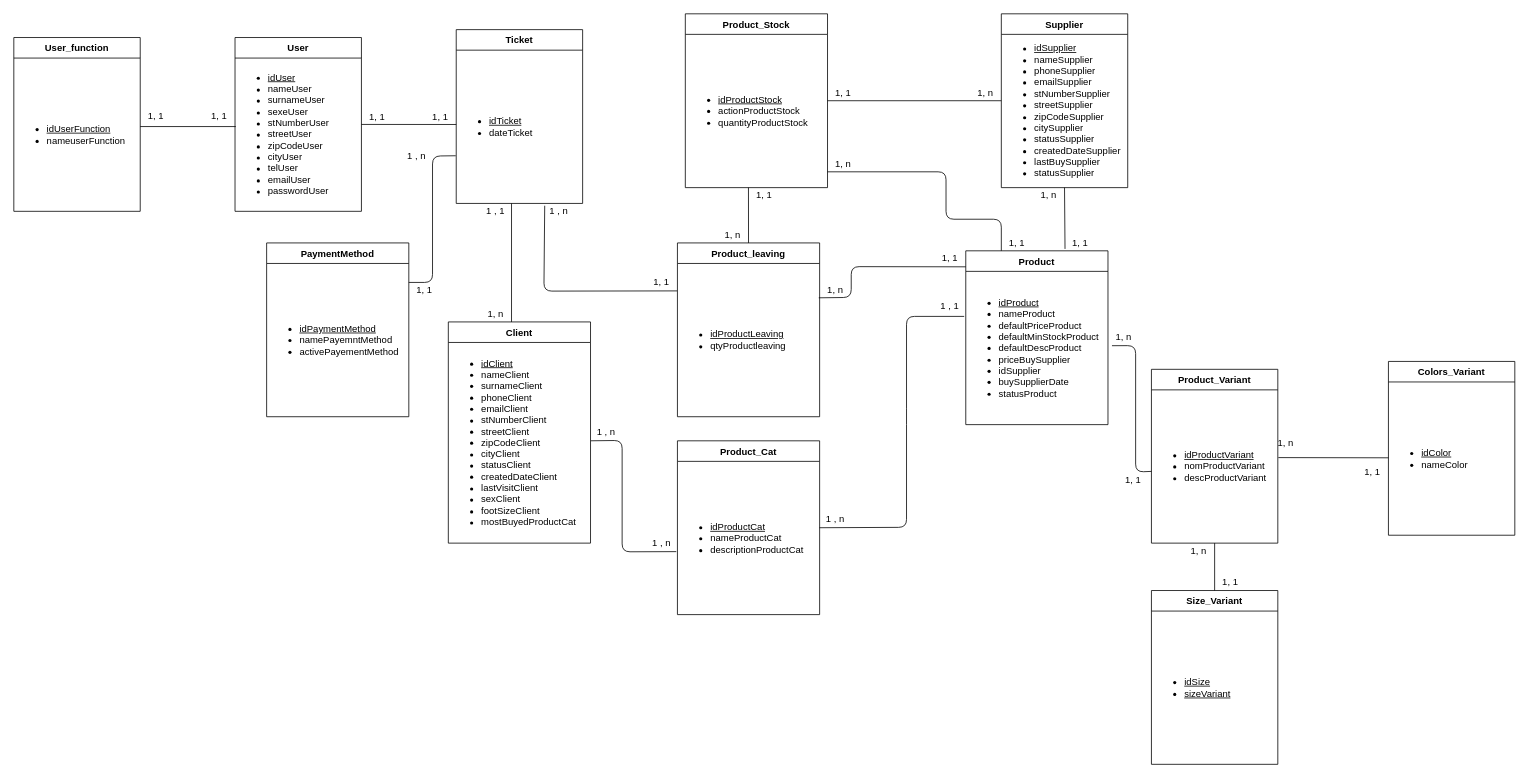
Above: MCD-SQL-Chaussure/mcd-chaussure.drawio in RomualdLewandoski/Groupe6 (draw.io), before the change. Source tidied: cells renumbered, new cells numbered last; positions are measured from the earlier drawing's top-left corner, leaving out a move shared by most shapes. Both pictures are drawn from the tidied source at 79%, with x=0, y=0 at pixel (13, 13).
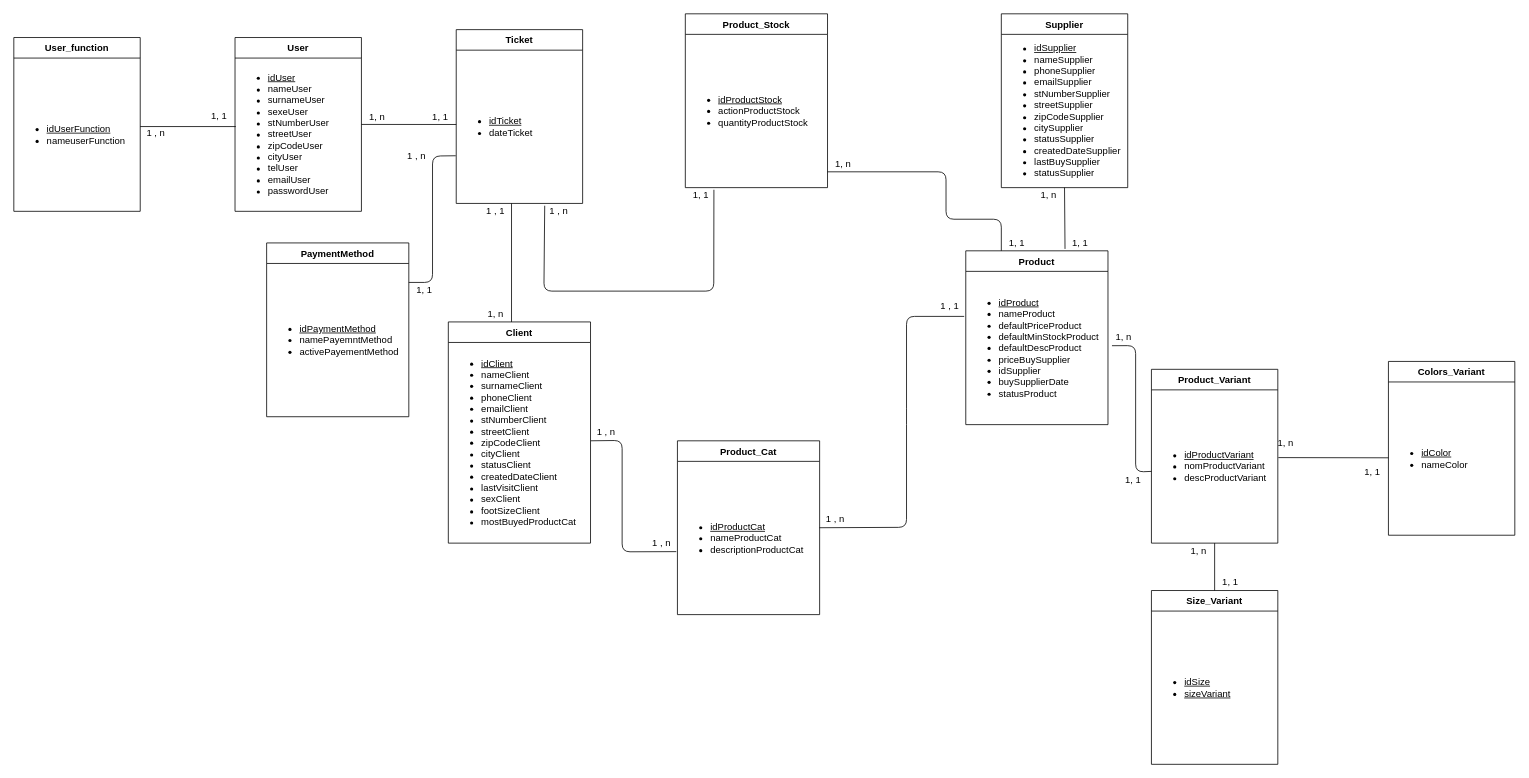
The same page after the edit.

Unchanged cells that the change refers to:
```xml
<mxCell id="5" value="&lt;ul&gt;&lt;li&gt;&lt;u&gt;idSupplier&lt;/u&gt;&lt;/li&gt;&lt;li&gt;nameSupplier&lt;/li&gt;&lt;li&gt;phoneSupplier&lt;/li&gt;&lt;li&gt;emailSupplier&lt;/li&gt;&lt;li&gt;stNumberSupplier&lt;/li&gt;&lt;li&gt;streetSupplier&lt;/li&gt;&lt;li&gt;zipCodeSupplier&lt;/li&gt;&lt;li&gt;citySupplier&lt;/li&gt;&lt;li&gt;statusSupplier&lt;/li&gt;&lt;li&gt;createdDateSupplier&lt;/li&gt;&lt;li&gt;lastBuySupplier&lt;/li&gt;&lt;li&gt;statusSupplier&lt;/li&gt;&lt;/ul&gt;" style="text;html=1;strokeColor=none;fillColor=none;align=left;verticalAlign=middle;whiteSpace=wrap;rounded=0;" parent="4" vertex="1">
  <mxGeometry y="26" width="160" height="194" as="geometry" />
</mxCell>
<mxCell id="6" value="Product" style="swimlane;fontStyle=1;horizontal=1;startSize=26;rounded=0;shadow=0;strokeWidth=1;" parent="1" vertex="1">
  <mxGeometry x="1205" y="300" width="180" height="220" as="geometry" />
</mxCell>
<mxCell id="13" value="&lt;ul&gt;&lt;li&gt;&lt;u&gt;idProductStock&lt;/u&gt;&lt;/li&gt;&lt;li&gt;actionProductStock&lt;/li&gt;&lt;li&gt;quantityProductStock&lt;/li&gt;&lt;/ul&gt;" style="text;html=1;strokeColor=none;fillColor=none;align=left;verticalAlign=middle;whiteSpace=wrap;rounded=0;" parent="12" vertex="1">
  <mxGeometry y="26" width="180" height="194" as="geometry" />
</mxCell>
<mxCell id="36" value="&lt;ul&gt;&lt;li&gt;&lt;u&gt;idTicket&lt;/u&gt;&lt;/li&gt;&lt;li&gt;dateTicket&lt;/li&gt;&lt;/ul&gt;" style="text;html=1;strokeColor=none;fillColor=none;align=left;verticalAlign=middle;whiteSpace=wrap;rounded=0;" parent="35" vertex="1">
  <mxGeometry y="26" width="160" height="194" as="geometry" />
</mxCell>
```

Change to the diagram source:
```diff
@@
-    <mxCell id="37" style="endArrow=none;html=1;entryX=0;entryY=0.433;entryDx=0;entryDy=0;entryPerimeter=0;" parent="1" edge="1" target="5">
-      <mxGeometry relative="1" as="geometry">
-        <mxPoint x="1030" y="110" as="sourcePoint" />
-      </mxGeometry>
-    </mxCell>
-    <mxCell id="38" value="1, n" style="text;html=1;strokeColor=none;fillColor=none;align=center;verticalAlign=middle;whiteSpace=wrap;rounded=0;" parent="1" vertex="1">
-      <mxGeometry x="1210" y="90" width="40" height="20" as="geometry" />
-    </mxCell>
-    <mxCell id="39" value="1, 1" style="text;html=1;strokeColor=none;fillColor=none;align=center;verticalAlign=middle;whiteSpace=wrap;rounded=0;" parent="1" vertex="1">
-      <mxGeometry x="1030" y="90" width="40" height="20" as="geometry" />
-    </mxCell>
@@
-    <mxCell id="47" value="1, 1" style="text;html=1;strokeColor=none;fillColor=none;align=center;verticalAlign=middle;whiteSpace=wrap;rounded=0;" parent="1" vertex="1">
+    <mxCell id="47" value="1, n" style="text;html=1;strokeColor=none;fillColor=none;align=center;verticalAlign=middle;whiteSpace=wrap;rounded=0;" parent="1" vertex="1">
       <mxGeometry x="440" y="120.7" width="40" height="20" as="geometry" />
     </mxCell>
@@
-    <mxCell id="53" value="Product_leaving" style="swimlane;fontStyle=1;horizontal=1;startSize=26;rounded=0;shadow=0;strokeWidth=1;" parent="1" vertex="1">
-      <mxGeometry x="840" y="290" width="180" height="220" as="geometry" />
-    </mxCell>
-    <mxCell id="54" value="&lt;ul&gt;&lt;li&gt;&lt;u&gt;idProductLeaving&lt;/u&gt;&lt;/li&gt;&lt;li&gt;qtyProductleaving&lt;/li&gt;&lt;/ul&gt;" style="text;html=1;strokeColor=none;fillColor=none;align=left;verticalAlign=middle;whiteSpace=wrap;rounded=0;" parent="53" vertex="1">
-      <mxGeometry y="26" width="180" height="194" as="geometry" />
-    </mxCell>
-    <mxCell id="55" style="endArrow=none;html=1;entryX=-0.002;entryY=0.179;entryDx=0;entryDy=0;entryPerimeter=0;exitX=0.7;exitY=1.015;exitDx=0;exitDy=0;exitPerimeter=0;" parent="1" edge="1" source="36" target="54">
+    <mxCell id="55" style="endArrow=none;html=1;exitX=0.7;exitY=1.015;exitDx=0;exitDy=0;exitPerimeter=0;entryX=0.201;entryY=1.014;entryDx=0;entryDy=0;entryPerimeter=0;" parent="1" edge="1" source="36" target="13">
       <mxGeometry relative="1" as="geometry">
         <Array as="points">
           <mxPoint x="671" y="351" />
+          <mxPoint x="886" y="351" />
         </Array>
       </mxGeometry>
     </mxCell>
     <mxCell id="56" value="1, 1" style="text;html=1;strokeColor=none;fillColor=none;align=center;verticalAlign=middle;whiteSpace=wrap;rounded=0;" parent="1" vertex="1">
-      <mxGeometry x="800" y="330" width="40" height="20" as="geometry" />
+      <mxGeometry x="850" y="220" width="40" height="20" as="geometry" />
     </mxCell>
-    <mxCell id="57" style="endArrow=none;html=1;entryX=0;entryY=0.092;entryDx=0;entryDy=0;entryPerimeter=0;exitX=0.994;exitY=0.224;exitDx=0;exitDy=0;exitPerimeter=0;" parent="1" edge="1" source="54" target="6">
-      <mxGeometry relative="1" as="geometry">
-        <Array as="points">
-          <mxPoint x="1060" y="359" />
-          <mxPoint x="1060" y="320" />
-        </Array>
-      </mxGeometry>
-    </mxCell>
-    <mxCell id="58" value="1, n" style="text;html=1;strokeColor=none;fillColor=none;align=center;verticalAlign=middle;whiteSpace=wrap;rounded=0;" parent="1" vertex="1">
-      <mxGeometry x="1020" y="340" width="40" height="20" as="geometry" />
-    </mxCell>
-    <mxCell id="59" value="1, 1" style="text;html=1;strokeColor=none;fillColor=none;align=center;verticalAlign=middle;whiteSpace=wrap;rounded=0;" parent="1" vertex="1">
-      <mxGeometry x="1165" y="300" width="40" height="20" as="geometry" />
-    </mxCell>
-    <mxCell id="60" style="endArrow=none;html=1;exitX=0.5;exitY=0;exitDx=0;exitDy=0;entryX=0.444;entryY=1;entryDx=0;entryDy=0;entryPerimeter=0;" parent="1" edge="1" source="53" target="13">
-      <mxGeometry relative="1" as="geometry" />
-    </mxCell>
-    <mxCell id="61" value="1, 1" style="text;html=1;strokeColor=none;fillColor=none;align=center;verticalAlign=middle;whiteSpace=wrap;rounded=0;" parent="1" vertex="1">
-      <mxGeometry x="930" y="220" width="40" height="20" as="geometry" />
-    </mxCell>
-    <mxCell id="62" value="1, n" style="text;html=1;strokeColor=none;fillColor=none;align=center;verticalAlign=middle;whiteSpace=wrap;rounded=0;" parent="1" vertex="1">
-      <mxGeometry x="890" y="270" width="40" height="20" as="geometry" />
-    </mxCell>
@@
-    <mxCell id="66" value="1, 1" style="text;html=1;strokeColor=none;fillColor=none;align=center;verticalAlign=middle;whiteSpace=wrap;rounded=0;" parent="1" vertex="1">
-      <mxGeometry x="240" y="120" width="40" height="20" as="geometry" />
+    <mxCell id="66" value="1 , n" style="text;html=1;strokeColor=none;fillColor=none;align=center;verticalAlign=middle;whiteSpace=wrap;rounded=0;" parent="1" vertex="1">
+      <mxGeometry x="160" y="140.7" width="40" height="20" as="geometry" />
     </mxCell>
     <mxCell id="67" value="1, 1" style="text;html=1;strokeColor=none;fillColor=none;align=center;verticalAlign=middle;whiteSpace=wrap;rounded=0;" parent="1" vertex="1">
-      <mxGeometry x="160" y="120" width="40" height="20" as="geometry" />
+      <mxGeometry x="240" y="120" width="40" height="20" as="geometry" />
     </mxCell>
```
